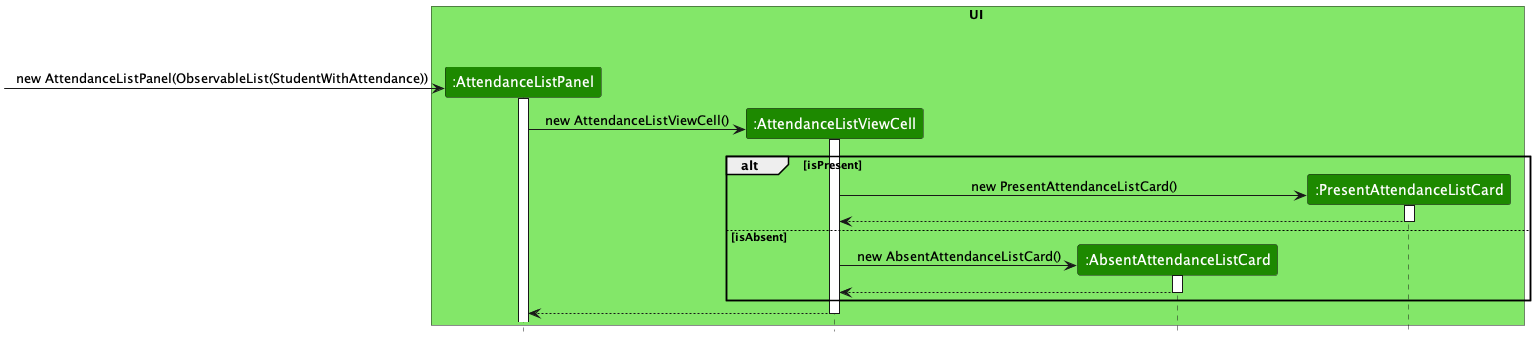
Above: docs/images/MarkSequenceDiagram.png in nus-cs2103-AY2223S2/tp (PlantUML), before the change. Its source is kept beside it as docs/diagrams/MarkSequenceDiagram.puml.
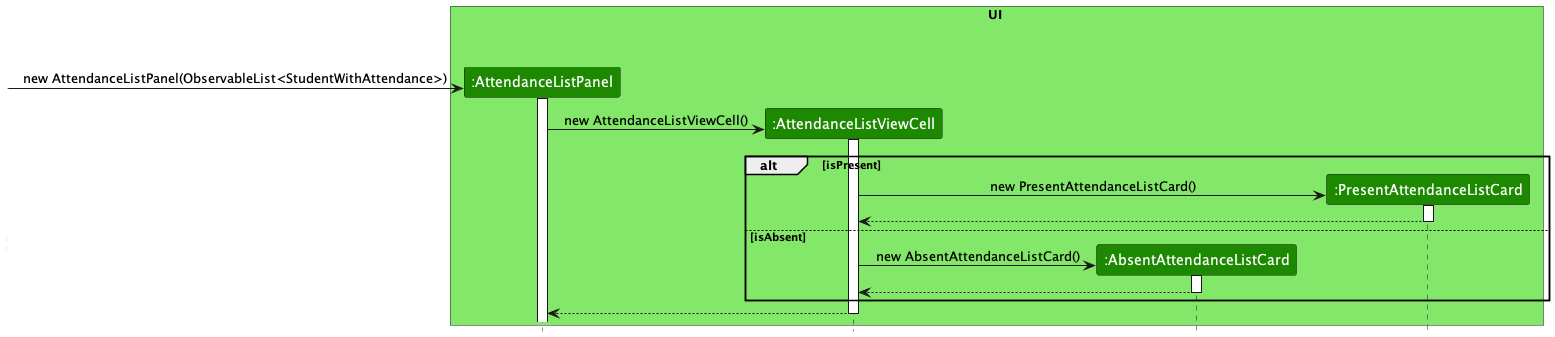
Later version of the same file.

Commit message:
Add minor chages to UML diagrams

What changed in the source:
```diff
@@ -10,7 +10,7 @@
 end box
 
 create AttendanceListPanel
-Hidden -> AttendanceListPanel : new AttendanceListPanel(ObservableList(StudentWithAttendance))
+Hidden -> AttendanceListPanel : new AttendanceListPanel(ObservableList<StudentWithAttendance>)
 activate AttendanceListPanel
 
 create AttendanceListViewCell
```
